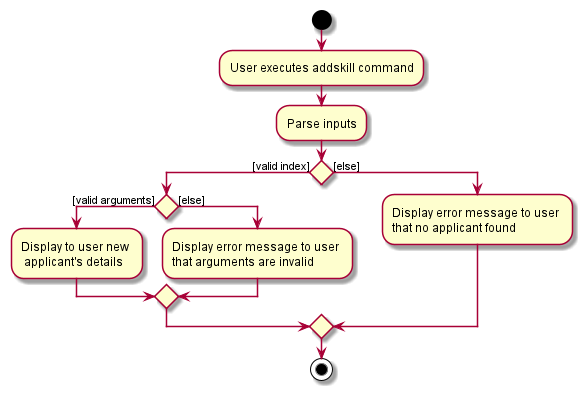
Before: docs/images/AddSkillCommandActivityDiagram.png, a diagram exported from PlantUML (zzhikai/tp).
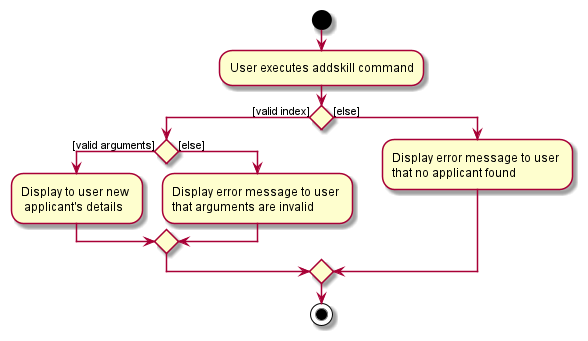
Above is the later version.

The edit, as a diff of the source:
```diff
@@ -2,7 +2,6 @@
 
 start
 :User executes addskill command;
-:Parse inputs;
 if () then ([valid index])
     if () then ([valid arguments])
     :Display to user new \n applicant's details;
```
